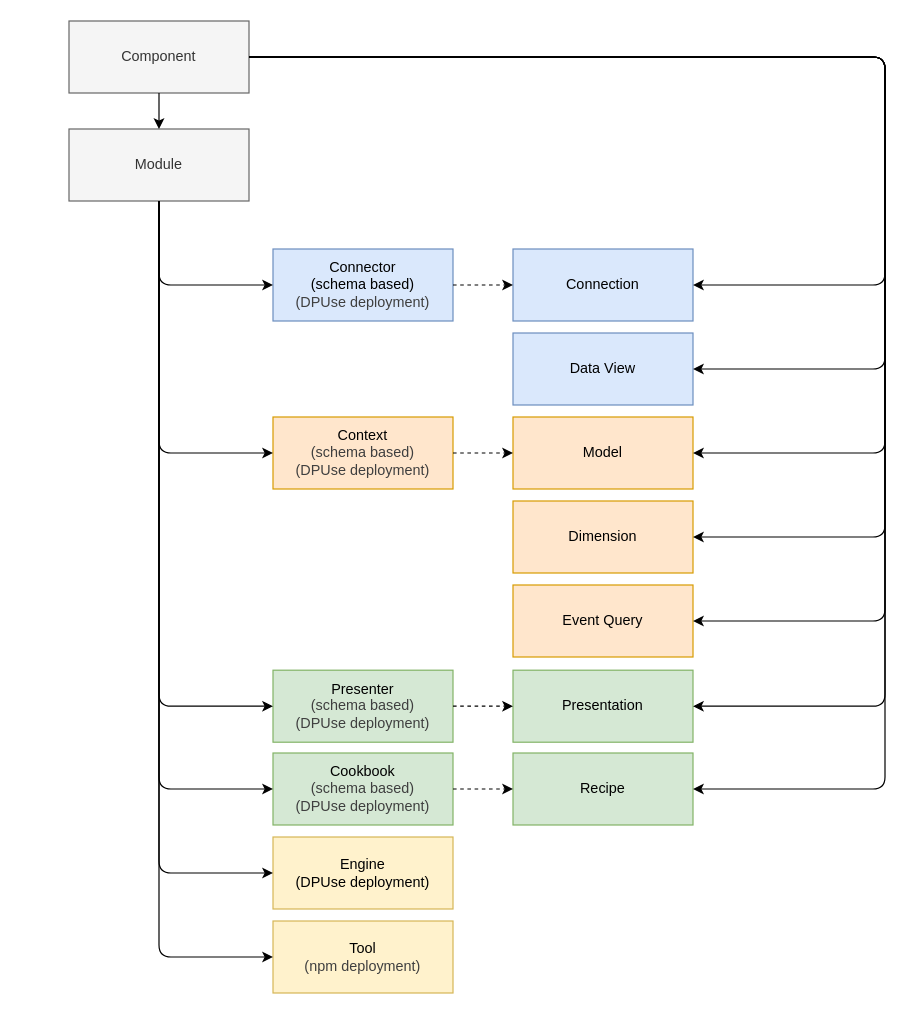
dpuse/dpuse-shared keeps this draw.io diagram as schematic.drawio. Above is the earlier version. Source tidied: cells renumbered, new cells numbered last; positions are measured from the earlier drawing's top-left corner, leaving out a move shared by most shapes. Both pictures are drawn from the tidied source at 120%, with x=0, y=0 at pixel (68, 20).
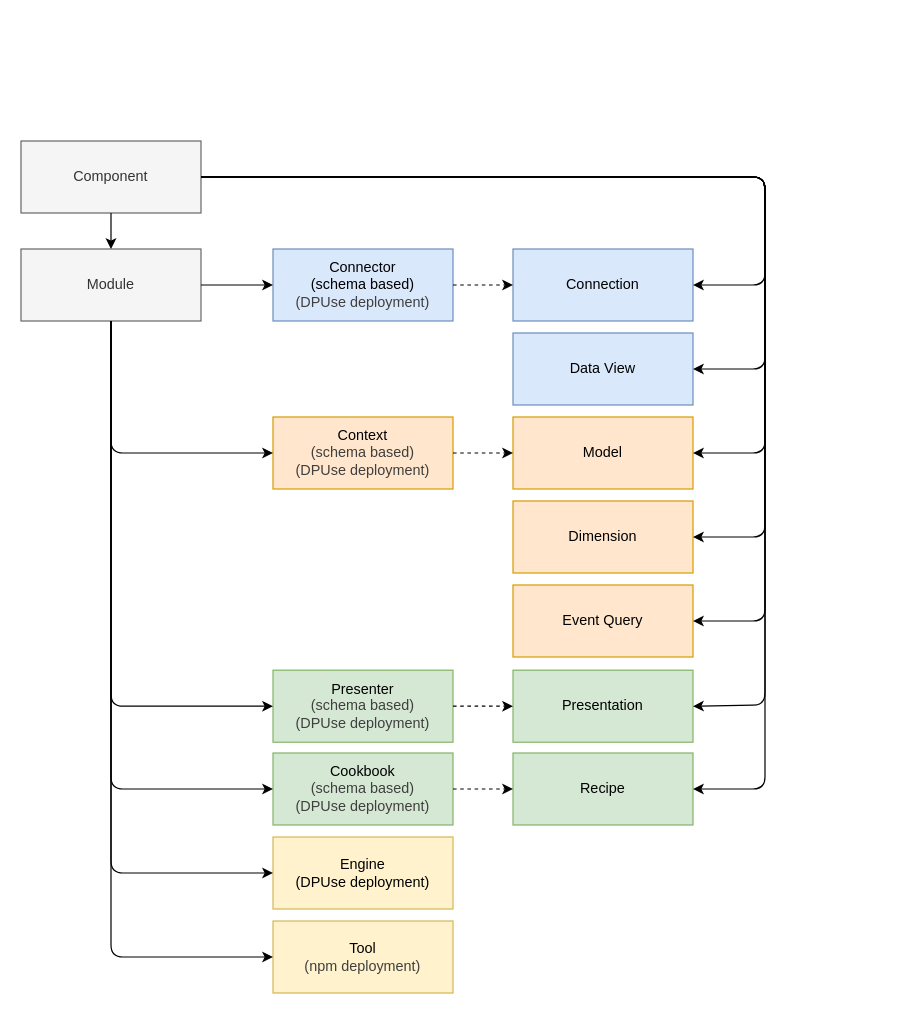
Above is the later version.

The change refers to these unchanged cells:
```xml
<mxCell id="4" value="Connection" style="rounded=0;whiteSpace=wrap;html=1;fillColor=#dae8fc;strokeColor=#6c8ebf;" parent="1" vertex="1">
  <mxGeometry x="370" y="190" width="150" height="60" as="geometry" />
</mxCell>
<mxCell id="9" value="Connector&lt;div&gt;&lt;div&gt;(schema based)&lt;/div&gt;&lt;span style=&quot;color: rgb(63, 63, 63);&quot;&gt;(DPUse deployment)&lt;/span&gt;&lt;/div&gt;" style="rounded=0;whiteSpace=wrap;html=1;fillColor=#dae8fc;strokeColor=#6c8ebf;" parent="1" vertex="1">
  <mxGeometry x="170" y="190" width="150" height="60" as="geometry" />
</mxCell>
<mxCell id="18" value="Data View" style="rounded=0;whiteSpace=wrap;html=1;fillColor=#dae8fc;strokeColor=#6c8ebf;" parent="1" vertex="1">
  <mxGeometry x="370" y="260" width="150" height="60" as="geometry" />
</mxCell>
<mxCell id="22" value="Presentation" style="rounded=0;whiteSpace=wrap;html=1;fillColor=#d5e8d4;strokeColor=#82b366;" parent="1" vertex="1">
  <mxGeometry x="370" y="541" width="150" height="60" as="geometry" />
</mxCell>
<mxCell id="23" value="Recipe" style="rounded=0;whiteSpace=wrap;html=1;fillColor=#d5e8d4;strokeColor=#82b366;" parent="1" vertex="1">
  <mxGeometry x="370" y="610" width="150" height="60" as="geometry" />
</mxCell>
<mxCell id="26" value="Event Query" style="rounded=0;whiteSpace=wrap;html=1;fillColor=#ffe6cc;strokeColor=#d79b00;" parent="1" vertex="1">
  <mxGeometry x="370" y="470" width="150" height="60" as="geometry" />
</mxCell>
<mxCell id="27" value="Model" style="rounded=0;whiteSpace=wrap;html=1;fillColor=#ffe6cc;strokeColor=#d79b00;" parent="1" vertex="1">
  <mxGeometry x="370" y="330" width="150" height="60" as="geometry" />
</mxCell>
<mxCell id="33" value="Dimension" style="rounded=0;whiteSpace=wrap;html=1;fillColor=#ffe6cc;strokeColor=#d79b00;" parent="1" vertex="1">
  <mxGeometry x="370" y="400" width="150" height="60" as="geometry" />
</mxCell>
```

What changed in the source:
```diff
@@
     <mxCell id="2" value="Component" style="rounded=0;whiteSpace=wrap;html=1;fillColor=#f5f5f5;strokeColor=#666666;fontColor=#333333;" parent="1" vertex="1">
-      <mxGeometry width="150" height="60" as="geometry" />
+      <mxGeometry x="-40" y="100" width="150" height="60" as="geometry" />
     </mxCell>
@@
     <mxCell id="7" value="Module" style="rounded=0;whiteSpace=wrap;html=1;fillColor=#f5f5f5;strokeColor=#666666;fontColor=#333333;" parent="1" vertex="1">
-      <mxGeometry y="90" width="150" height="60" as="geometry" />
+      <mxGeometry x="-40" y="190" width="150" height="60" as="geometry" />
     </mxCell>
@@
     <mxCell id="10" style="endArrow=classic;startArrow=none;html=1;exitX=1;exitY=0.5;exitDx=0;exitDy=0;entryX=1;entryY=0.5;entryDx=0;entryDy=0;startFill=0;edgeStyle=orthogonalEdgeStyle;" parent="1" edge="1" source="2" target="4">
       <mxGeometry relative="1" as="geometry">
         <Array as="points">
-          <mxPoint x="680" y="30" />
-          <mxPoint x="680" y="220" />
+          <mxPoint x="580" y="130" />
+          <mxPoint x="580" y="220" />
         </Array>
       </mxGeometry>
     </mxCell>
@@
-    <mxCell id="16" style="endArrow=classic;startArrow=none;html=1;entryX=0;entryY=0.5;entryDx=0;entryDy=0;startFill=0;edgeStyle=orthogonalEdgeStyle;exitX=0.5;exitY=1;exitDx=0;exitDy=0;" parent="1" edge="1" source="7" target="9">
-      <mxGeometry relative="1" as="geometry" />
+    <mxCell id="16" style="endArrow=classic;startArrow=none;html=1;entryX=0;entryY=0.5;entryDx=0;entryDy=0;startFill=0;edgeStyle=orthogonalEdgeStyle;exitX=1;exitY=0.5;exitDx=0;exitDy=0;" parent="1" edge="1" source="7" target="9">
+      <mxGeometry relative="1" as="geometry">
+        <Array as="points">
+          <mxPoint x="140" y="220" />
+          <mxPoint x="140" y="220" />
+        </Array>
+      </mxGeometry>
     </mxCell>
@@
     <mxCell id="19" style="endArrow=classic;startArrow=none;html=1;exitX=1;exitY=0.5;exitDx=0;exitDy=0;startFill=0;edgeStyle=orthogonalEdgeStyle;entryX=1;entryY=0.5;entryDx=0;entryDy=0;" parent="1" edge="1" source="2" target="18">
       <mxGeometry relative="1" as="geometry">
         <Array as="points">
-          <mxPoint x="680" y="30" />
-          <mxPoint x="680" y="290" />
+          <mxPoint x="580" y="130" />
+          <mxPoint x="580" y="290" />
         </Array>
       </mxGeometry>
     </mxCell>
@@
     <mxCell id="28" style="endArrow=classic;startArrow=none;html=1;exitX=1;exitY=0.5;exitDx=0;exitDy=0;startFill=0;edgeStyle=orthogonalEdgeStyle;entryX=1;entryY=0.5;entryDx=0;entryDy=0;" parent="1" edge="1" source="2" target="27">
       <mxGeometry relative="1" as="geometry">
         <Array as="points">
-          <mxPoint x="680" y="30" />
-          <mxPoint x="680" y="360" />
+          <mxPoint x="580" y="130" />
+          <mxPoint x="580" y="360" />
         </Array>
       </mxGeometry>
     </mxCell>
-    <mxCell id="29" style="endArrow=classic;startArrow=none;html=1;startFill=0;edgeStyle=orthogonalEdgeStyle;entryX=1;entryY=0.5;entryDx=0;entryDy=0;" parent="1" edge="1" target="26">
+    <mxCell id="29" style="endArrow=classic;startArrow=none;html=1;startFill=0;edgeStyle=orthogonalEdgeStyle;entryX=1;entryY=0.5;entryDx=0;entryDy=0;exitX=1;exitY=0.5;exitDx=0;exitDy=0;" parent="1" edge="1" source="2" target="26">
       <mxGeometry relative="1" as="geometry">
-        <mxPoint x="150" y="30" as="sourcePoint" />
         <Array as="points">
-          <mxPoint x="680" y="30" />
-          <mxPoint x="680" y="500" />
+          <mxPoint x="580" y="130" />
+          <mxPoint x="580" y="500" />
         </Array>
       </mxGeometry>
     </mxCell>
     <mxCell id="30" style="endArrow=classic;startArrow=none;html=1;exitX=1;exitY=0.5;exitDx=0;exitDy=0;startFill=0;edgeStyle=orthogonalEdgeStyle;entryX=1;entryY=0.5;entryDx=0;entryDy=0;" parent="1" edge="1" source="2" target="23">
       <mxGeometry relative="1" as="geometry">
         <Array as="points">
-          <mxPoint x="680" y="30" />
-          <mxPoint x="680" y="640" />
+          <mxPoint x="580" y="130" />
+          <mxPoint x="580" y="640" />
         </Array>
       </mxGeometry>
     </mxCell>
     <mxCell id="31" style="endArrow=classic;startArrow=none;html=1;exitX=1;exitY=0.5;exitDx=0;exitDy=0;startFill=0;edgeStyle=orthogonalEdgeStyle;entryX=1;entryY=0.5;entryDx=0;entryDy=0;" parent="1" edge="1" source="2" target="22">
       <mxGeometry relative="1" as="geometry">
         <Array as="points">
-          <mxPoint x="680" y="30" />
-          <mxPoint x="680" y="571" />
+          <mxPoint x="580" y="130" />
+          <mxPoint x="580" y="570" />
         </Array>
       </mxGeometry>
     </mxCell>
@@
     <mxCell id="34" style="endArrow=classic;startArrow=none;html=1;exitX=1;exitY=0.5;exitDx=0;exitDy=0;startFill=0;edgeStyle=orthogonalEdgeStyle;entryX=1;entryY=0.5;entryDx=0;entryDy=0;" parent="1" edge="1" source="2" target="33">
       <mxGeometry relative="1" as="geometry">
         <Array as="points">
-          <mxPoint x="680" y="30" />
-          <mxPoint x="680" y="430" />
+          <mxPoint x="580" y="130" />
+          <mxPoint x="580" y="430" />
         </Array>
       </mxGeometry>
     </mxCell>
```
